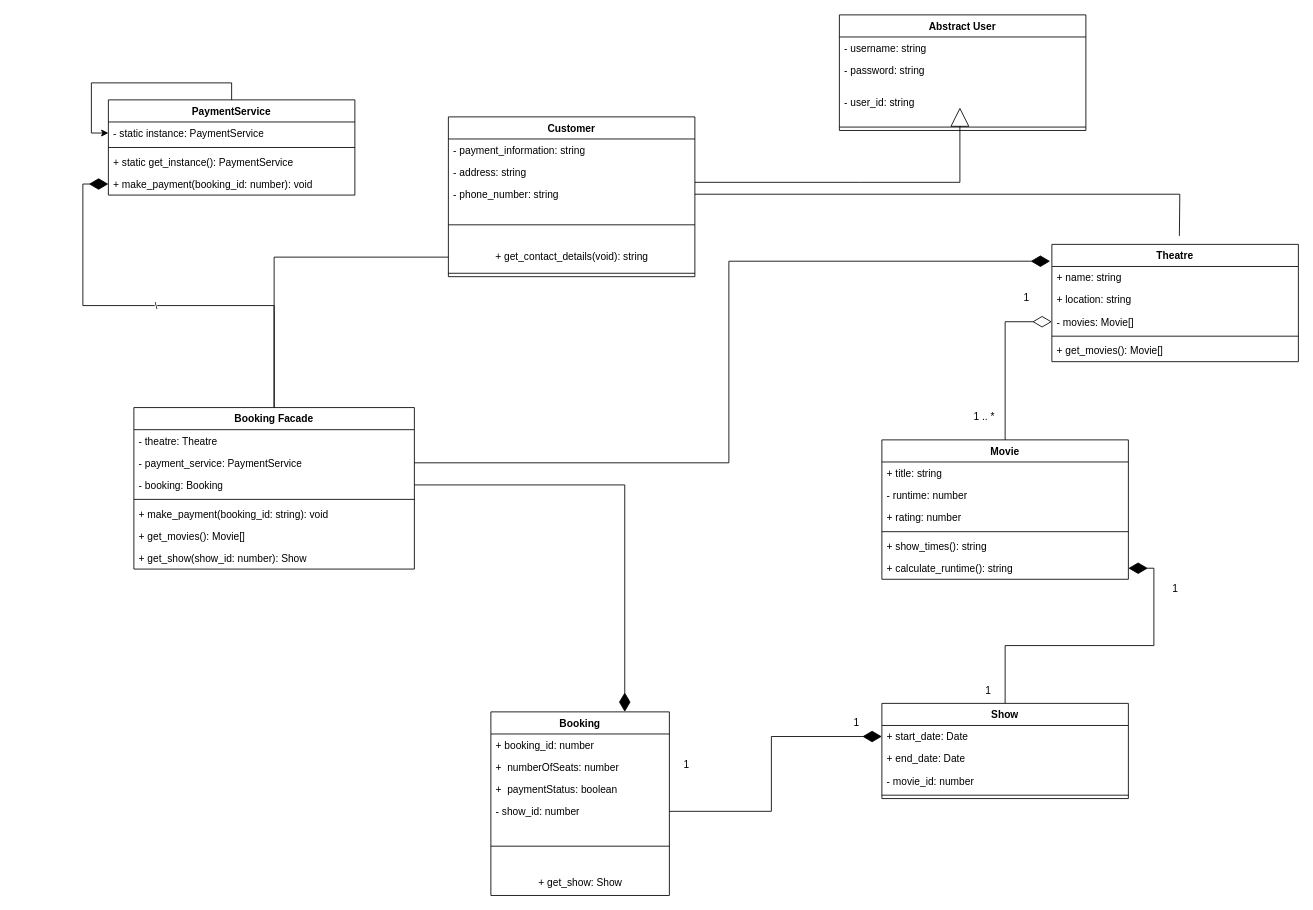
Earlier version of the draw.io diagram Movie Booking System.drawio (VukanCekic/system-design). Source tidied: cells renumbered, new cells numbered last; positions are measured from the earlier drawing's top-left corner, leaving out a move shared by most shapes. Both pictures are drawn from the tidied source at 85%, with x=0, y=0 at pixel (108, 14).
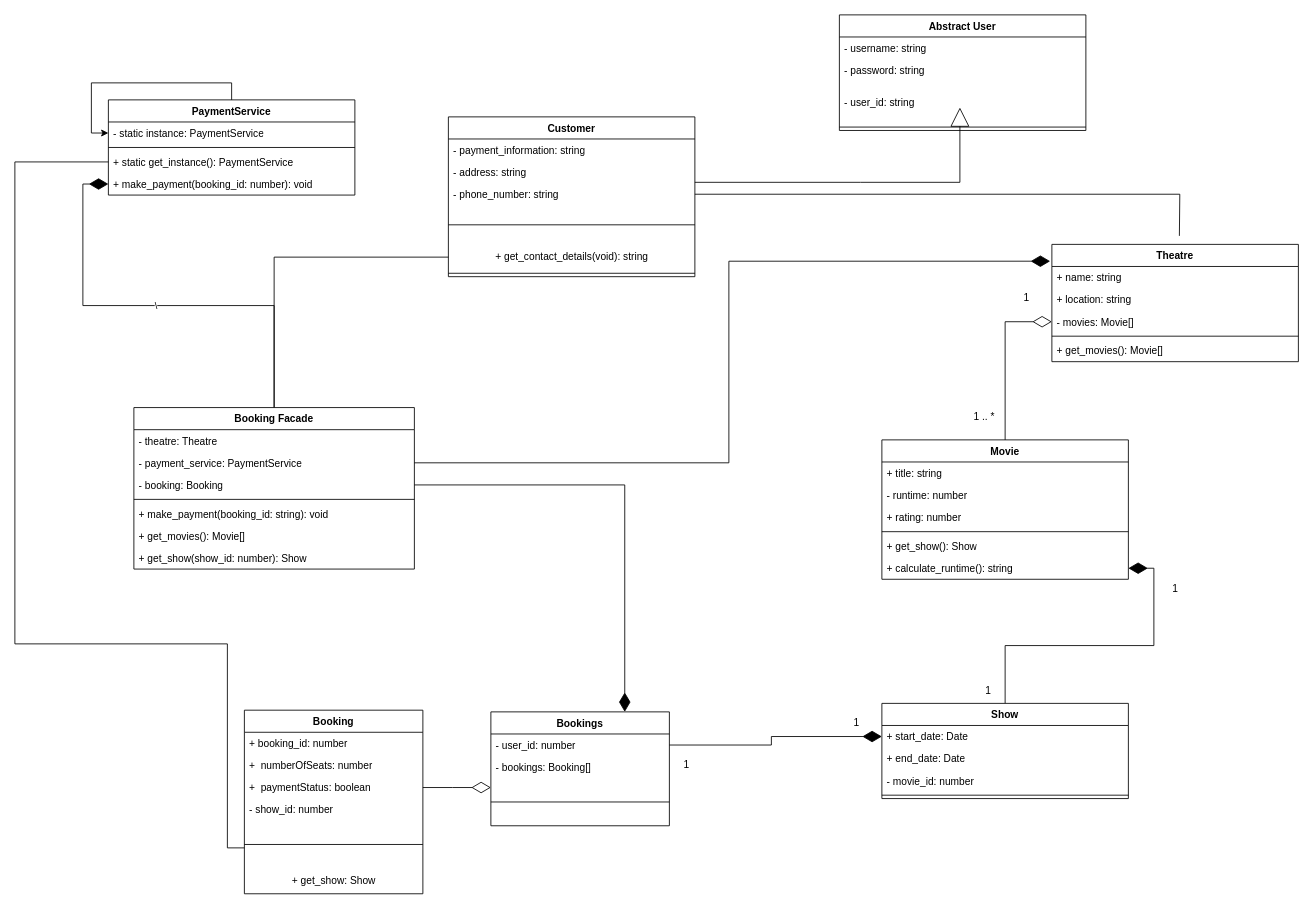
After the change.

The change refers to these unchanged cells:
```xml
<mxCell id="23" value="Movie" style="swimlane;fontStyle=1;align=center;verticalAlign=top;horizontal=1;startSize=26;whiteSpace=wrap;html=1;" parent="1" vertex="1">
  <mxGeometry x="910" y="500" width="290" height="164" as="geometry" />
</mxCell>
<mxCell id="43" value="+ static get_instance(): PaymentService&lt;br&gt;" style="text;strokeColor=none;fillColor=none;align=left;verticalAlign=top;spacingLeft=4;spacingRight=4;overflow=hidden;points=[[0,0.5],[1,0.5]];portConstraint=eastwest;whiteSpace=wrap;html=1;" parent="40" vertex="1">
  <mxGeometry y="60" width="290" height="26" as="geometry" />
</mxCell>
```

The edit, as a diff of the source:
```diff
@@
-    <mxCell id="28" value="+ show_times(): string" style="text;strokeColor=none;fillColor=none;align=left;verticalAlign=top;spacingLeft=4;spacingRight=4;overflow=hidden;whiteSpace=wrap;html=1;" parent="23" vertex="1">
+    <mxCell id="28" value="+ get_show(): Show" style="text;strokeColor=none;fillColor=none;align=left;verticalAlign=top;spacingLeft=4;spacingRight=4;overflow=hidden;whiteSpace=wrap;html=1;" parent="23" vertex="1">
       <mxGeometry y="112" width="290" height="26" as="geometry" />
     </mxCell>
@@
-    <mxCell id="46" value="Booking" style="swimlane;fontStyle=1;align=center;verticalAlign=top;horizontal=1;startSize=26;whiteSpace=wrap;html=1;" parent="1" vertex="1">
-      <mxGeometry x="450" y="820" width="210" height="216" as="geometry" />
+    <mxCell id="46" value="Bookings" style="swimlane;fontStyle=1;align=center;verticalAlign=top;horizontal=1;startSize=26;whiteSpace=wrap;html=1;" parent="1" vertex="1">
+      <mxGeometry x="450" y="820" width="210" height="134" as="geometry" />
     </mxCell>
-    <mxCell id="47" value="+ booking_id: number" style="text;strokeColor=none;fillColor=none;align=left;verticalAlign=top;spacingLeft=4;spacingRight=4;overflow=hidden;whiteSpace=wrap;html=1;" parent="46" vertex="1">
-      <mxGeometry y="26" width="210" height="26" as="geometry" />
-    </mxCell>
-    <mxCell id="48" value="+&amp;nbsp; numberOfSeats: number" style="text;strokeColor=none;fillColor=none;align=left;verticalAlign=top;spacingLeft=4;spacingRight=4;overflow=hidden;whiteSpace=wrap;html=1;" parent="46" vertex="1">
-      <mxGeometry y="52" width="210" height="26" as="geometry" />
-    </mxCell>
-    <mxCell id="49" value="+&amp;nbsp; paymentStatus: boolean" style="text;strokeColor=none;fillColor=none;align=left;verticalAlign=top;spacingLeft=4;spacingRight=4;overflow=hidden;points=[[0,0.5],[1,0.5]];portConstraint=eastwest;whiteSpace=wrap;html=1;" parent="46" vertex="1">
-      <mxGeometry y="78" width="210" height="26" as="geometry" />
-    </mxCell>
-    <mxCell id="50" value="- show_id: number" style="text;strokeColor=none;fillColor=none;align=left;verticalAlign=top;spacingLeft=4;spacingRight=4;overflow=hidden;points=[[0,0.5],[1,0.5]];portConstraint=eastwest;whiteSpace=wrap;html=1;" parent="46" vertex="1">
-      <mxGeometry y="104" width="210" height="26" as="geometry" />
+    <mxCell id="50" value="- user_id: number" style="text;strokeColor=none;fillColor=none;align=left;verticalAlign=top;spacingLeft=4;spacingRight=4;overflow=hidden;points=[[0,0.5],[1,0.5]];portConstraint=eastwest;whiteSpace=wrap;html=1;" parent="46" vertex="1">
+      <mxGeometry y="26" width="210" height="26" as="geometry" />
     </mxCell>
+    <mxCell id="68" value="- bookings: Booking[]" style="text;strokeColor=none;fillColor=none;align=left;verticalAlign=top;spacingLeft=4;spacingRight=4;overflow=hidden;whiteSpace=wrap;html=1;" parent="46" vertex="1">
+      <mxGeometry y="52" width="210" height="26" as="geometry" />
+    </mxCell>
     <mxCell id="51" style="line;strokeWidth=1;fillColor=none;align=left;verticalAlign=middle;spacingTop=-1;spacingLeft=3;spacingRight=3;labelPosition=right;strokeColor=inherit;" parent="46" vertex="1">
-      <mxGeometry y="130" width="210" height="56" as="geometry" />
+      <mxGeometry y="78" width="210" height="56" as="geometry" />
     </mxCell>
-    <mxCell id="52" value="+ get_show: Show" style="text;html=1;align=center;verticalAlign=middle;strokeColor=none;fillColor=none;" parent="46" vertex="1">
-      <mxGeometry y="186" width="210" height="30" as="geometry" />
-    </mxCell>
@@
+    <mxCell id="69" value="Booking" style="swimlane;fontStyle=1;align=center;verticalAlign=top;horizontal=1;startSize=26;whiteSpace=wrap;html=1;" parent="1" vertex="1">
+      <mxGeometry x="160" y="818" width="210" height="216" as="geometry" />
+    </mxCell>
+    <mxCell id="47" value="+ booking_id: number" style="text;strokeColor=none;fillColor=none;align=left;verticalAlign=top;spacingLeft=4;spacingRight=4;overflow=hidden;whiteSpace=wrap;html=1;" parent="69" vertex="1">
+      <mxGeometry y="26" width="210" height="26" as="geometry" />
+    </mxCell>
+    <mxCell id="48" value="+&amp;nbsp; numberOfSeats: number" style="text;strokeColor=none;fillColor=none;align=left;verticalAlign=top;spacingLeft=4;spacingRight=4;overflow=hidden;whiteSpace=wrap;html=1;" parent="69" vertex="1">
+      <mxGeometry y="52" width="210" height="26" as="geometry" />
+    </mxCell>
+    <mxCell id="70" style="edgeStyle=orthogonalEdgeStyle;rounded=0;jettySize=auto;html=1;endArrow=diamondThin;endFill=0;endSize=20;" parent="69" edge="1" source="49">
+      <mxGeometry relative="1" as="geometry">
+        <mxPoint x="290" y="91" as="targetPoint" />
+      </mxGeometry>
+    </mxCell>
+    <mxCell id="49" value="+&amp;nbsp; paymentStatus: boolean" style="text;strokeColor=none;fillColor=none;align=left;verticalAlign=top;spacingLeft=4;spacingRight=4;overflow=hidden;points=[[0,0.5],[1,0.5]];portConstraint=eastwest;whiteSpace=wrap;html=1;" parent="69" vertex="1">
+      <mxGeometry y="78" width="210" height="26" as="geometry" />
+    </mxCell>
+    <mxCell id="71" value="- show_id: number" style="text;strokeColor=none;fillColor=none;align=left;verticalAlign=top;spacingLeft=4;spacingRight=4;overflow=hidden;whiteSpace=wrap;html=1;" parent="69" vertex="1">
+      <mxGeometry y="104" width="210" height="26" as="geometry" />
+    </mxCell>
+    <mxCell id="72" style="line;strokeWidth=1;fillColor=none;align=left;verticalAlign=middle;spacingTop=-1;spacingLeft=3;spacingRight=3;labelPosition=right;strokeColor=inherit;" parent="69" vertex="1">
+      <mxGeometry y="130" width="210" height="56" as="geometry" />
+    </mxCell>
+    <mxCell id="52" value="+ get_show: Show" style="text;html=1;align=center;verticalAlign=middle;strokeColor=none;fillColor=none;" parent="69" vertex="1">
+      <mxGeometry y="186" width="210" height="30" as="geometry" />
+    </mxCell>
+    <mxCell id="73" style="edgeStyle=orthogonalEdgeStyle;rounded=0;jettySize=auto;html=1;endArrow=none;endFill=0;" parent="1" edge="1" source="43">
+      <mxGeometry relative="1" as="geometry">
+        <mxPoint x="160" y="980" as="targetPoint" />
+        <Array as="points">
+          <mxPoint x="-110" y="173" />
+          <mxPoint x="-110" y="740" />
+          <mxPoint x="140" y="740" />
+          <mxPoint x="140" y="980" />
+        </Array>
+      </mxGeometry>
+    </mxCell>
```
